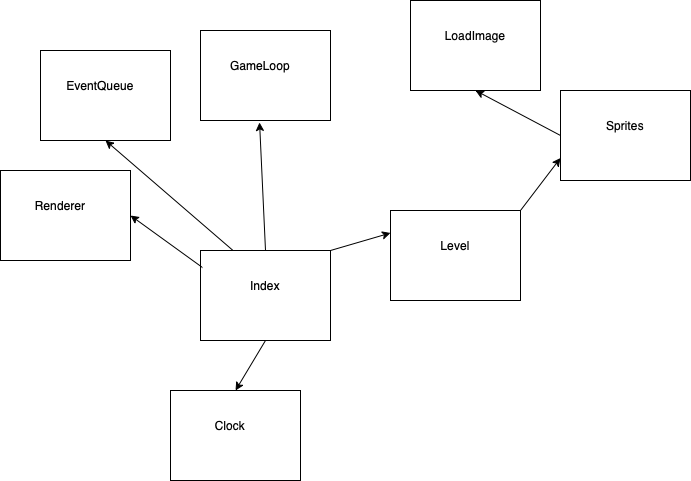
sampsaoinonen/ot-harjoitustyo keeps this draw.io diagram as dokumentaatio/arkkitehtuuri.png. Above is the earlier version. Source tidied: cells renumbered, new cells last; positions are measured from the earlier drawing's top-left corner, leaving out a move shared by most shapes. The source it was exported from:
```xml
<mxGraphModel>
  <root>
    <mxCell id="0" />
    <mxCell id="1" parent="0" />
    <mxCell id="2" style="rounded=0;whiteSpace=wrap;html=1;" parent="1" vertex="1">
      <mxGeometry x="560" y="90" width="130" height="90" as="geometry" />
    </mxCell>
    <mxCell id="3" value="Sprites" style="text;html=1;strokeColor=none;fillColor=none;align=center;verticalAlign=middle;whiteSpace=wrap;rounded=0;" parent="1" vertex="1">
      <mxGeometry x="595" y="110" width="60" height="30" as="geometry" />
    </mxCell>
    <mxCell id="4" style="rounded=0;whiteSpace=wrap;html=1;" parent="1" vertex="1">
      <mxGeometry x="390" y="210" width="130" height="90" as="geometry" />
    </mxCell>
    <mxCell id="5" value="Level" style="text;html=1;strokeColor=none;fillColor=none;align=center;verticalAlign=middle;whiteSpace=wrap;rounded=0;" parent="1" vertex="1">
      <mxGeometry x="425" y="230" width="60" height="30" as="geometry" />
    </mxCell>
    <mxCell id="6" style="endArrow=classic;html=1;rounded=0;entryX=0;entryY=0.75;entryDx=0;entryDy=0;exitX=1;exitY=0;exitDx=0;exitDy=0;" parent="1" edge="1" source="4" target="2">
      <mxGeometry relative="1" as="geometry" />
    </mxCell>
    <mxCell id="7" style="rounded=0;whiteSpace=wrap;html=1;" parent="1" vertex="1">
      <mxGeometry x="200" y="250" width="130" height="90" as="geometry" />
    </mxCell>
    <mxCell id="8" value="Index" style="text;html=1;strokeColor=none;fillColor=none;align=center;verticalAlign=middle;whiteSpace=wrap;rounded=0;" parent="1" vertex="1">
      <mxGeometry x="235" y="270" width="60" height="30" as="geometry" />
    </mxCell>
    <mxCell id="9" style="endArrow=classic;html=1;rounded=0;entryX=0;entryY=0.25;entryDx=0;entryDy=0;exitX=1;exitY=0;exitDx=0;exitDy=0;" parent="1" edge="1" source="7" target="4">
      <mxGeometry relative="1" as="geometry" />
    </mxCell>
    <mxCell id="10" style="rounded=0;whiteSpace=wrap;html=1;" parent="1" vertex="1">
      <mxGeometry x="200" y="30" width="130" height="90" as="geometry" />
    </mxCell>
    <mxCell id="11" value="GameLoop" style="text;html=1;strokeColor=none;fillColor=none;align=center;verticalAlign=middle;whiteSpace=wrap;rounded=0;" parent="1" vertex="1">
      <mxGeometry x="230" y="50" width="60" height="30" as="geometry" />
    </mxCell>
    <mxCell id="12" style="rounded=0;whiteSpace=wrap;html=1;" parent="1" vertex="1">
      <mxGeometry x="40" y="50" width="130" height="90" as="geometry" />
    </mxCell>
    <mxCell id="13" value="EventQueue" style="text;html=1;strokeColor=none;fillColor=none;align=center;verticalAlign=middle;whiteSpace=wrap;rounded=0;" parent="1" vertex="1">
      <mxGeometry x="70" y="70" width="60" height="30" as="geometry" />
    </mxCell>
    <mxCell id="14" style="endArrow=classic;html=1;rounded=0;entryX=0.454;entryY=1.022;entryDx=0;entryDy=0;exitX=0.5;exitY=0;exitDx=0;exitDy=0;entryPerimeter=0;" parent="1" edge="1" source="7" target="10">
      <mxGeometry relative="1" as="geometry" />
    </mxCell>
    <mxCell id="15" style="endArrow=classic;html=1;rounded=0;entryX=0.5;entryY=1;entryDx=0;entryDy=0;exitX=0.25;exitY=0;exitDx=0;exitDy=0;" parent="1" edge="1" source="7" target="12">
      <mxGeometry relative="1" as="geometry" />
    </mxCell>
    <mxCell id="16" style="rounded=0;whiteSpace=wrap;html=1;" parent="1" vertex="1">
      <mxGeometry y="170" width="130" height="90" as="geometry" />
    </mxCell>
    <mxCell id="17" value="Renderer" style="text;html=1;strokeColor=none;fillColor=none;align=center;verticalAlign=middle;whiteSpace=wrap;rounded=0;" parent="1" vertex="1">
      <mxGeometry x="30" y="190" width="60" height="30" as="geometry" />
    </mxCell>
    <mxCell id="18" style="endArrow=classic;html=1;rounded=0;entryX=1;entryY=0.5;entryDx=0;entryDy=0;exitX=0.015;exitY=0.189;exitDx=0;exitDy=0;exitPerimeter=0;" parent="1" edge="1" source="7" target="16">
      <mxGeometry relative="1" as="geometry" />
    </mxCell>
    <mxCell id="19" style="rounded=0;whiteSpace=wrap;html=1;" parent="1" vertex="1">
      <mxGeometry x="170" y="390" width="130" height="90" as="geometry" />
    </mxCell>
    <mxCell id="20" value="Clock" style="text;html=1;strokeColor=none;fillColor=none;align=center;verticalAlign=middle;whiteSpace=wrap;rounded=0;" parent="1" vertex="1">
      <mxGeometry x="200" y="410" width="60" height="30" as="geometry" />
    </mxCell>
    <mxCell id="21" style="rounded=0;whiteSpace=wrap;html=1;" parent="1" vertex="1">
      <mxGeometry x="410" width="130" height="90" as="geometry" />
    </mxCell>
    <mxCell id="22" value="LoadImage" style="text;html=1;strokeColor=none;fillColor=none;align=center;verticalAlign=middle;whiteSpace=wrap;rounded=0;" parent="1" vertex="1">
      <mxGeometry x="445" y="20" width="60" height="30" as="geometry" />
    </mxCell>
    <mxCell id="23" style="endArrow=classic;html=1;rounded=0;entryX=0.5;entryY=1;entryDx=0;entryDy=0;exitX=0;exitY=0.5;exitDx=0;exitDy=0;" parent="1" edge="1" source="2" target="21">
      <mxGeometry relative="1" as="geometry" />
    </mxCell>
    <mxCell id="24" style="endArrow=classic;html=1;rounded=0;entryX=0.5;entryY=0;entryDx=0;entryDy=0;exitX=0.5;exitY=1;exitDx=0;exitDy=0;" parent="1" edge="1" source="7" target="19">
      <mxGeometry relative="1" as="geometry" />
    </mxCell>
  </root>
</mxGraphModel>
```
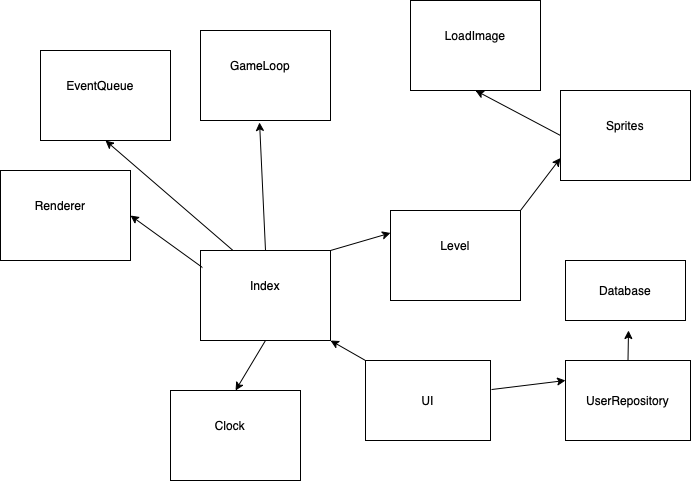
After the commit.

Change to the diagram source:
```diff
@@ -71,5 +71,25 @@
     <mxCell id="24" style="endArrow=classic;html=1;rounded=0;entryX=0.5;entryY=0;entryDx=0;entryDy=0;exitX=0.5;exitY=1;exitDx=0;exitDy=0;" parent="1" edge="1" source="7" target="19">
       <mxGeometry relative="1" as="geometry" />
     </mxCell>
+    <mxCell id="25" value="UI" style="rounded=0;whiteSpace=wrap;html=1;" parent="1" vertex="1">
+      <mxGeometry x="365" y="360" width="125" height="80" as="geometry" />
+    </mxCell>
+    <mxCell id="26" style="edgeStyle=orthogonalEdgeStyle;rounded=0;jettySize=auto;html=1;exitX=0.5;exitY=0;exitDx=0;exitDy=0;" parent="1" edge="1" source="27">
+      <mxGeometry relative="1" as="geometry">
+        <mxPoint x="628" y="330" as="targetPoint" />
+      </mxGeometry>
+    </mxCell>
+    <mxCell id="27" value="UserRepository" style="rounded=0;whiteSpace=wrap;html=1;" parent="1" vertex="1">
+      <mxGeometry x="565" y="360" width="125" height="80" as="geometry" />
+    </mxCell>
+    <mxCell id="28" value="Database" style="rounded=0;whiteSpace=wrap;html=1;" parent="1" vertex="1">
+      <mxGeometry x="565" y="260" width="120" height="60" as="geometry" />
+    </mxCell>
+    <mxCell id="29" style="endArrow=classic;html=1;rounded=0;entryX=1;entryY=1;entryDx=0;entryDy=0;exitX=0;exitY=0;exitDx=0;exitDy=0;" parent="1" edge="1" source="25" target="7">
+      <mxGeometry relative="1" as="geometry" />
+    </mxCell>
+    <mxCell id="30" style="endArrow=classic;html=1;rounded=0;entryX=0;entryY=0.25;entryDx=0;entryDy=0;exitX=1.008;exitY=0.363;exitDx=0;exitDy=0;exitPerimeter=0;" parent="1" edge="1" source="25" target="27">
+      <mxGeometry relative="1" as="geometry" />
+    </mxCell>
   </root>
 </mxGraphModel>
```
